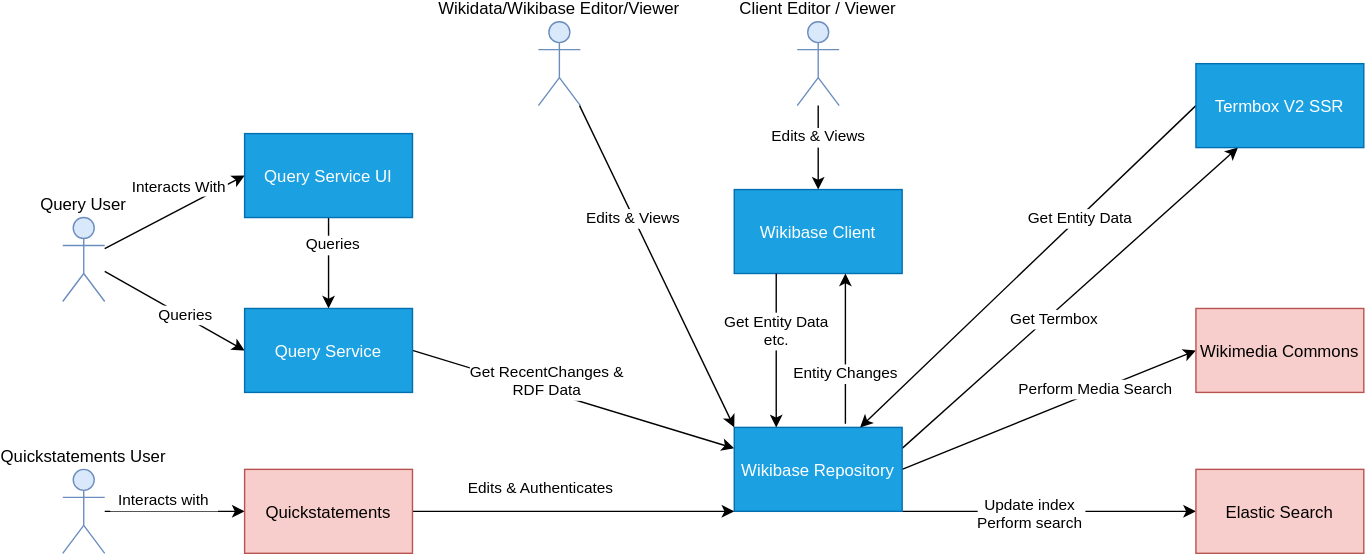
The draw.io diagram systems/overview/diagrams/05-overall.drawio.svg in wmde/wikidata-wikibase-architecture, before a commit. Source tidied: cells renumbered, new cells last; positions are measured from the earlier drawing's top-left corner, leaving out a move shared by most shapes.
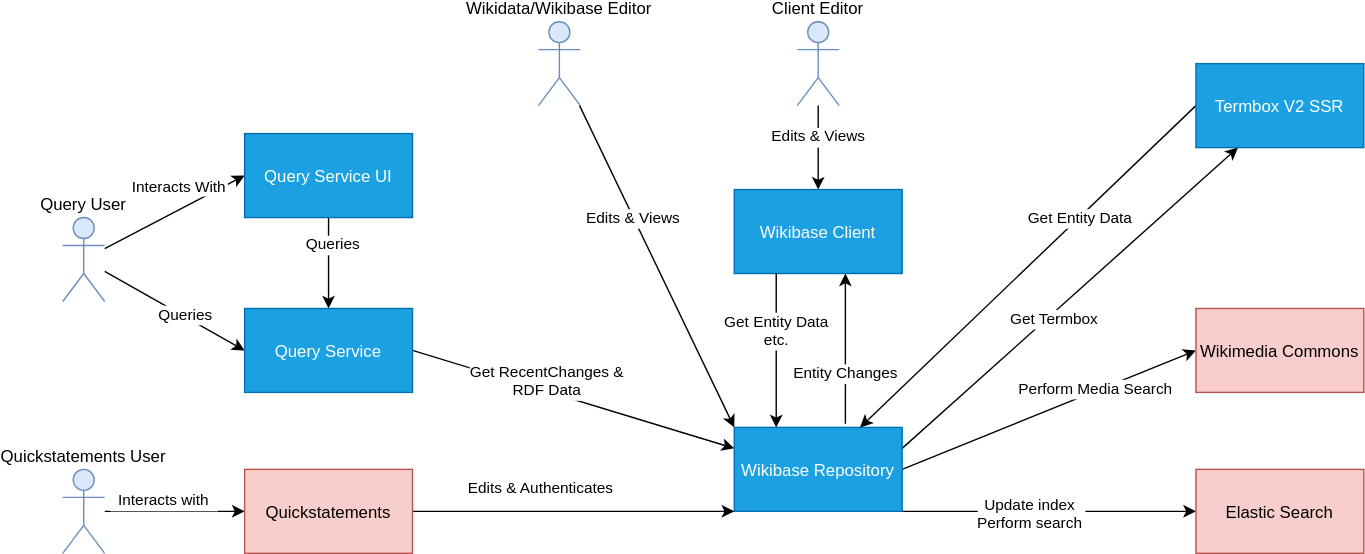
After the change.

Commit message:
Remove Viewers from the overall diagram (#93)

They can be re-introduced once we figure out what their role is
in the docs (are they stakeholders and what are their use cases).

What changed in the source:
```diff
@@ -2,7 +2,7 @@
   <root>
     <mxCell id="0" />
     <mxCell id="1" parent="0" />
-    <mxCell id="2" value="Client Editor / Viewer" style="shape=umlActor;verticalLabelPosition=top;verticalAlign=bottom;outlineConnect=0;fillColor=#dae8fc;strokeColor=#6c8ebf;labelPosition=center;align=center;" parent="1" vertex="1">
+    <mxCell id="2" value="Client Editor" style="shape=umlActor;verticalLabelPosition=top;verticalAlign=bottom;outlineConnect=0;fillColor=#dae8fc;strokeColor=#6c8ebf;labelPosition=center;align=center;" parent="1" vertex="1">
       <mxGeometry x="525" width="30" height="60" as="geometry" />
     </mxCell>
     <mxCell id="3" style="edgeStyle=orthogonalEdgeStyle;rounded=0;jettySize=auto;html=1;" parent="1" edge="1" source="5" target="29">
@@ -109,7 +109,7 @@
     <mxCell id="32" value="WikibaseClient" style="rounded=0;fillColor=#1ba1e2;strokeColor=#006EAF;fontColor=#ffffff;" parent="1" vertex="1">
       <mxGeometry x="480" y="120" width="120" height="60" as="geometry" />
     </mxCell>
-    <mxCell id="33" value="Wikidata/Wikibase Editor/Viewer" style="shape=umlActor;verticalLabelPosition=top;verticalAlign=bottom;outlineConnect=0;fillColor=#dae8fc;strokeColor=#6c8ebf;labelPosition=center;align=center;" parent="1" vertex="1">
+    <mxCell id="33" value="Wikidata/Wikibase Editor" style="shape=umlActor;verticalLabelPosition=top;verticalAlign=bottom;outlineConnect=0;fillColor=#dae8fc;strokeColor=#6c8ebf;labelPosition=center;align=center;" parent="1" vertex="1">
       <mxGeometry x="340" width="30" height="60" as="geometry" />
     </mxCell>
     <mxCell id="34" style="rounded=0;jettySize=auto;html=1;entryX=0;entryY=0;entryDx=0;entryDy=0;" parent="1" edge="1" source="33" target="23">
```
